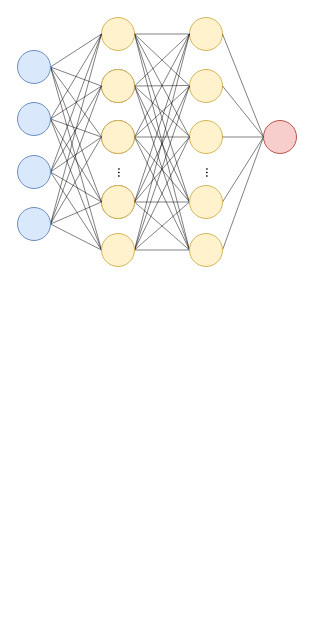
Before: page "teset" (5 of 5) of sometemplates.drawio in Pengyu-Jin/draw.io-projects-file, a draw.io diagram. Source tidied: cells renumbered, new cells numbered last; positions are measured from the earlier drawing's top-left corner, leaving out a move shared by most shapes. Both pictures are drawn from the tidied source at 100%, with x=0, y=0 at pixel (17, 17).
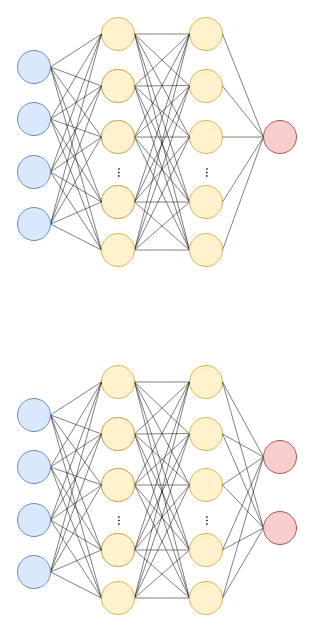
Above is the later version.

The edit, as a diff of the source:
```diff
@@
+    <mxCell id="72" style="ellipse;whiteSpace=wrap;html=1;shadow=0;direction=east;rotation=90;fillColor=#fff2cc;strokeColor=#d6b656;" parent="1" vertex="1">
+      <mxGeometry x="172" y="348" width="33" height="33" as="geometry" />
+    </mxCell>
+    <mxCell id="73" style="ellipse;whiteSpace=wrap;html=1;shadow=0;direction=east;rotation=90;fillColor=#fff2cc;strokeColor=#d6b656;" parent="1" vertex="1">
+      <mxGeometry x="172" y="400" width="33" height="33" as="geometry" />
+    </mxCell>
+    <mxCell id="74" style="ellipse;whiteSpace=wrap;html=1;shadow=0;direction=east;rotation=90;fillColor=#fff2cc;strokeColor=#d6b656;" parent="1" vertex="1">
+      <mxGeometry x="172" y="451" width="33" height="33" as="geometry" />
+    </mxCell>
+    <mxCell id="75" style="rounded=0;jettySize=auto;html=1;exitX=0.5;exitY=0;exitDx=0;exitDy=0;entryX=0.5;entryY=1;entryDx=0;entryDy=0;endArrow=none;endFill=1;strokeWidth=0.5;startFill=0;" parent="1" edge="1" source="78" target="72">
+      <mxGeometry relative="1" as="geometry" />
+    </mxCell>
+    <mxCell id="76" style="edgeStyle=none;rounded=0;jettySize=auto;html=1;exitX=0.5;exitY=0;exitDx=0;exitDy=0;entryX=0.5;entryY=1;entryDx=0;entryDy=0;strokeWidth=0.5;endArrow=none;startFill=0;" parent="1" edge="1" source="78" target="132">
+      <mxGeometry relative="1" as="geometry" />
+    </mxCell>
+    <mxCell id="77" style="edgeStyle=none;rounded=0;jettySize=auto;html=1;exitX=0.5;exitY=0;exitDx=0;exitDy=0;entryX=0.5;entryY=1;entryDx=0;entryDy=0;strokeWidth=0.5;endArrow=none;startFill=0;" parent="1" edge="1" source="78" target="133">
+      <mxGeometry relative="1" as="geometry" />
+    </mxCell>
+    <mxCell id="78" style="ellipse;whiteSpace=wrap;html=1;shadow=0;fillColor=#fff2cc;strokeColor=#d6b656;direction=east;rotation=90;" parent="1" vertex="1">
+      <mxGeometry x="84" y="348" width="33" height="33" as="geometry" />
+    </mxCell>
+    <mxCell id="79" style="ellipse;whiteSpace=wrap;html=1;shadow=0;fillColor=#f5f5f5;fontColor=#333333;strokeColor=#666666;direction=east;rotation=90;" parent="1" vertex="1">
+      <mxGeometry x="84" y="400" width="33" height="33" as="geometry" />
+    </mxCell>
+    <mxCell id="80" style="ellipse;whiteSpace=wrap;html=1;shadow=0;fillColor=#f5f5f5;fontColor=#333333;strokeColor=#666666;direction=east;rotation=90;" parent="1" vertex="1">
+      <mxGeometry x="84" y="451" width="33" height="33" as="geometry" />
+    </mxCell>
+    <mxCell id="81" style="ellipse;whiteSpace=wrap;html=1;shadow=0;fillColor=#f5f5f5;fontColor=#333333;strokeColor=#666666;direction=east;rotation=90;" parent="1" vertex="1">
+      <mxGeometry x="84" y="516" width="33" height="33" as="geometry" />
+    </mxCell>
+    <mxCell id="82" style="rounded=0;jettySize=auto;html=1;exitX=0.5;exitY=0;exitDx=0;exitDy=0;entryX=0.5;entryY=1;entryDx=0;entryDy=0;endArrow=none;endFill=1;strokeWidth=0.5;startFill=0;" parent="1" edge="1" source="78" target="73">
+      <mxGeometry relative="1" as="geometry" />
+    </mxCell>
+    <mxCell id="83" style="rounded=0;jettySize=auto;html=1;entryX=0.5;entryY=1;entryDx=0;entryDy=0;endArrow=none;endFill=1;exitX=0.5;exitY=0;exitDx=0;exitDy=0;strokeWidth=0.5;startFill=0;" parent="1" edge="1" source="78" target="74">
+      <mxGeometry relative="1" as="geometry" />
+    </mxCell>
+    <mxCell id="84" style="rounded=0;jettySize=auto;html=1;exitX=0.5;exitY=0;exitDx=0;exitDy=0;entryX=0.5;entryY=1;entryDx=0;entryDy=0;endArrow=none;endFill=1;strokeWidth=0.5;startFill=0;" parent="1" edge="1" source="87" target="72">
+      <mxGeometry relative="1" as="geometry" />
+    </mxCell>
+    <mxCell id="85" style="edgeStyle=none;rounded=0;jettySize=auto;html=1;exitX=0.5;exitY=0;exitDx=0;exitDy=0;strokeWidth=0.5;endArrow=none;startFill=0;entryX=0.5;entryY=1;entryDx=0;entryDy=0;" parent="1" edge="1" source="87" target="132">
+      <mxGeometry relative="1" as="geometry" />
+    </mxCell>
+    <mxCell id="86" style="edgeStyle=none;rounded=0;jettySize=auto;html=1;exitX=0.5;exitY=0;exitDx=0;exitDy=0;strokeWidth=0.5;endArrow=none;startFill=0;entryX=0.5;entryY=1;entryDx=0;entryDy=0;" parent="1" edge="1" source="87" target="133">
+      <mxGeometry relative="1" as="geometry" />
+    </mxCell>
+    <mxCell id="87" style="ellipse;whiteSpace=wrap;html=1;shadow=0;fillColor=#fff2cc;strokeColor=#d6b656;direction=east;rotation=90;" parent="1" vertex="1">
+      <mxGeometry x="84" y="400" width="33" height="33" as="geometry" />
+    </mxCell>
+    <mxCell id="88" style="rounded=0;jettySize=auto;html=1;exitX=0.5;exitY=0;exitDx=0;exitDy=0;endArrow=none;endFill=1;strokeWidth=0.5;startFill=0;" parent="1" edge="1" source="87">
+      <mxGeometry relative="1" as="geometry">
+        <mxPoint x="171" y="416" as="targetPoint" />
+      </mxGeometry>
+    </mxCell>
+    <mxCell id="89" style="rounded=0;jettySize=auto;html=1;endArrow=none;endFill=1;exitX=0.5;exitY=0;exitDx=0;exitDy=0;strokeWidth=0.5;startFill=0;" parent="1" edge="1" source="87">
+      <mxGeometry relative="1" as="geometry">
+        <mxPoint x="171" y="466" as="targetPoint" />
+      </mxGeometry>
+    </mxCell>
+    <mxCell id="90" style="rounded=0;jettySize=auto;html=1;exitX=0.5;exitY=0;exitDx=0;exitDy=0;endArrow=none;endFill=1;strokeWidth=0.5;startFill=0;entryX=0.5;entryY=1;entryDx=0;entryDy=0;" parent="1" edge="1" source="93" target="72">
+      <mxGeometry relative="1" as="geometry" />
+    </mxCell>
+    <mxCell id="91" style="edgeStyle=none;rounded=0;jettySize=auto;html=1;exitX=0.5;exitY=0;exitDx=0;exitDy=0;entryX=0.5;entryY=1;entryDx=0;entryDy=0;strokeWidth=0.5;endArrow=none;startFill=0;" parent="1" edge="1" source="93" target="132">
+      <mxGeometry relative="1" as="geometry" />
+    </mxCell>
+    <mxCell id="92" style="edgeStyle=none;rounded=0;jettySize=auto;html=1;exitX=0.5;exitY=0;exitDx=0;exitDy=0;strokeWidth=0.5;endArrow=none;startFill=0;entryX=0.5;entryY=1;entryDx=0;entryDy=0;" parent="1" edge="1" source="93" target="133">
+      <mxGeometry relative="1" as="geometry" />
+    </mxCell>
+    <mxCell id="93" style="ellipse;whiteSpace=wrap;html=1;shadow=0;fillColor=#fff2cc;strokeColor=#d6b656;direction=east;rotation=90;" parent="1" vertex="1">
+      <mxGeometry x="84" y="451" width="33" height="33" as="geometry" />
+    </mxCell>
+    <mxCell id="94" style="rounded=0;jettySize=auto;html=1;exitX=0.5;exitY=0;exitDx=0;exitDy=0;entryX=0.5;entryY=1;entryDx=0;entryDy=0;endArrow=none;endFill=1;strokeWidth=0.5;startFill=0;" parent="1" edge="1" source="93" target="73">
+      <mxGeometry relative="1" as="geometry" />
+    </mxCell>
+    <mxCell id="95" style="rounded=0;jettySize=auto;html=1;entryX=0.5;entryY=1;entryDx=0;entryDy=0;endArrow=none;endFill=1;exitX=0.5;exitY=0;exitDx=0;exitDy=0;strokeWidth=0.5;startFill=0;" parent="1" edge="1" source="93" target="74">
+      <mxGeometry relative="1" as="geometry" />
+    </mxCell>
+    <mxCell id="96" style="rounded=0;jettySize=auto;html=1;exitX=0.5;exitY=0;exitDx=0;exitDy=0;entryX=0.5;entryY=1;entryDx=0;entryDy=0;endArrow=none;endFill=1;strokeWidth=0.5;startFill=0;" parent="1" edge="1" source="99" target="72">
+      <mxGeometry relative="1" as="geometry" />
+    </mxCell>
+    <mxCell id="97" style="edgeStyle=none;rounded=0;jettySize=auto;html=1;exitX=0.5;exitY=0;exitDx=0;exitDy=0;entryX=0.5;entryY=1;entryDx=0;entryDy=0;strokeWidth=0.5;endArrow=none;startFill=0;" parent="1" edge="1" source="99" target="132">
+      <mxGeometry relative="1" as="geometry" />
+    </mxCell>
+    <mxCell id="98" style="edgeStyle=none;rounded=0;jettySize=auto;html=1;exitX=0.5;exitY=0;exitDx=0;exitDy=0;entryX=0.5;entryY=1;entryDx=0;entryDy=0;strokeWidth=0.5;endArrow=none;startFill=0;" parent="1" edge="1" source="99" target="133">
+      <mxGeometry relative="1" as="geometry" />
+    </mxCell>
+    <mxCell id="99" style="ellipse;whiteSpace=wrap;html=1;shadow=0;fillColor=#fff2cc;strokeColor=#d6b656;direction=east;rotation=90;" parent="1" vertex="1">
+      <mxGeometry x="84" y="516" width="33" height="33" as="geometry" />
+    </mxCell>
+    <mxCell id="100" style="rounded=0;jettySize=auto;html=1;exitX=0.5;exitY=0;exitDx=0;exitDy=0;entryX=0.5;entryY=1;entryDx=0;entryDy=0;endArrow=none;endFill=1;strokeWidth=0.5;startFill=0;" parent="1" edge="1" source="99" target="73">
+      <mxGeometry relative="1" as="geometry" />
+    </mxCell>
+    <mxCell id="101" style="rounded=0;jettySize=auto;html=1;entryX=0.5;entryY=1;entryDx=0;entryDy=0;endArrow=none;endFill=1;exitX=0.5;exitY=0;exitDx=0;exitDy=0;strokeWidth=0.5;startFill=0;" parent="1" edge="1" source="99" target="74">
+      <mxGeometry relative="1" as="geometry" />
+    </mxCell>
+    <mxCell id="102" style="edgeStyle=none;rounded=0;jettySize=auto;html=1;exitX=0.5;exitY=0;exitDx=0;exitDy=0;entryX=0.5;entryY=1;entryDx=0;entryDy=0;endArrow=none;startFill=0;strokeWidth=0.5;" parent="1" edge="1" source="132" target="118">
+      <mxGeometry relative="1" as="geometry" />
+    </mxCell>
+    <mxCell id="103" style="edgeStyle=none;rounded=0;jettySize=auto;html=1;exitX=0.5;exitY=0;exitDx=0;exitDy=0;entryX=0.5;entryY=1;entryDx=0;entryDy=0;endArrow=none;startFill=0;strokeWidth=0.5;" parent="1" edge="1" source="133" target="118">
+      <mxGeometry relative="1" as="geometry" />
+    </mxCell>
+    <mxCell id="104" style="rounded=0;jettySize=auto;html=1;exitX=0.5;exitY=0;exitDx=0;exitDy=0;entryX=0.5;entryY=1;entryDx=0;entryDy=0;strokeWidth=0.5;endArrow=none;startFill=0;" parent="1" edge="1" source="109" target="93">
+      <mxGeometry relative="1" as="geometry" />
+    </mxCell>
+    <mxCell id="105" style="rounded=0;jettySize=auto;html=1;exitX=0.5;exitY=0;exitDx=0;exitDy=0;entryX=0.5;entryY=1;entryDx=0;entryDy=0;strokeWidth=0.5;endArrow=none;startFill=0;" parent="1" edge="1" source="109" target="87">
+      <mxGeometry relative="1" as="geometry" />
+    </mxCell>
+    <mxCell id="106" style="rounded=0;jettySize=auto;html=1;exitX=0.5;exitY=0;exitDx=0;exitDy=0;entryX=0.5;entryY=1;entryDx=0;entryDy=0;strokeWidth=0.5;endArrow=none;startFill=0;" parent="1" edge="1" source="109" target="78">
+      <mxGeometry relative="1" as="geometry" />
+    </mxCell>
+    <mxCell id="107" style="rounded=0;jettySize=auto;html=1;exitX=0.5;exitY=0;exitDx=0;exitDy=0;entryX=0.5;entryY=1;entryDx=0;entryDy=0;strokeWidth=0.5;endArrow=none;startFill=0;" parent="1" edge="1" source="109" target="99">
+      <mxGeometry relative="1" as="geometry" />
+    </mxCell>
+    <mxCell id="108" style="edgeStyle=none;rounded=0;jettySize=auto;html=1;exitX=0.5;exitY=0;exitDx=0;exitDy=0;entryX=0.5;entryY=1;entryDx=0;entryDy=0;strokeWidth=0.5;endArrow=none;startFill=0;" parent="1" edge="1" source="109" target="131">
+      <mxGeometry relative="1" as="geometry" />
+    </mxCell>
+    <mxCell id="109" style="ellipse;whiteSpace=wrap;html=1;shadow=0;fillColor=#dae8fc;strokeColor=#6c8ebf;rotation=90;" parent="1" vertex="1">
+      <mxGeometry y="381" width="33" height="33" as="geometry" />
+    </mxCell>
+    <mxCell id="110" style="rounded=0;jettySize=auto;html=1;exitX=0.5;exitY=0;exitDx=0;exitDy=0;entryX=0.5;entryY=1;entryDx=0;entryDy=0;strokeWidth=0.5;endArrow=none;startFill=0;" parent="1" edge="1" source="115" target="78">
+      <mxGeometry relative="1" as="geometry" />
+    </mxCell>
+    <mxCell id="111" style="rounded=0;jettySize=auto;html=1;exitX=0.5;exitY=0;exitDx=0;exitDy=0;entryX=0.5;entryY=1;entryDx=0;entryDy=0;strokeWidth=0.5;endArrow=none;startFill=0;" parent="1" edge="1" source="115" target="87">
+      <mxGeometry relative="1" as="geometry" />
+    </mxCell>
+    <mxCell id="112" style="rounded=0;jettySize=auto;html=1;exitX=0.5;exitY=0;exitDx=0;exitDy=0;entryX=0.5;entryY=1;entryDx=0;entryDy=0;strokeWidth=0.5;endArrow=none;startFill=0;" parent="1" edge="1" source="115" target="93">
+      <mxGeometry relative="1" as="geometry" />
+    </mxCell>
+    <mxCell id="113" style="rounded=0;jettySize=auto;html=1;exitX=0.5;exitY=0;exitDx=0;exitDy=0;entryX=0.5;entryY=1;entryDx=0;entryDy=0;strokeWidth=0.5;endArrow=none;startFill=0;" parent="1" edge="1" source="115" target="99">
+      <mxGeometry relative="1" as="geometry" />
+    </mxCell>
+    <mxCell id="114" style="edgeStyle=none;rounded=0;jettySize=auto;html=1;exitX=0.5;exitY=0;exitDx=0;exitDy=0;entryX=0.5;entryY=1;entryDx=0;entryDy=0;strokeWidth=0.5;endArrow=none;startFill=0;" parent="1" edge="1" source="115" target="131">
+      <mxGeometry relative="1" as="geometry" />
+    </mxCell>
+    <mxCell id="115" style="ellipse;whiteSpace=wrap;html=1;shadow=0;fillColor=#dae8fc;strokeColor=#6c8ebf;rotation=90;" parent="1" vertex="1">
+      <mxGeometry y="433" width="33" height="33" as="geometry" />
+    </mxCell>
+    <mxCell id="116" style="edgeStyle=none;rounded=0;jettySize=auto;html=1;exitX=0.5;exitY=1;exitDx=0;exitDy=0;entryX=0.5;entryY=0;entryDx=0;entryDy=0;strokeWidth=0.5;endArrow=none;startFill=0;" parent="1" edge="1" source="118" target="74">
+      <mxGeometry relative="1" as="geometry" />
+    </mxCell>
+    <mxCell id="117" style="edgeStyle=none;rounded=0;jettySize=auto;html=1;exitX=0.5;exitY=1;exitDx=0;exitDy=0;entryX=0.5;entryY=0;entryDx=0;entryDy=0;strokeWidth=0.5;endArrow=none;startFill=0;" parent="1" edge="1" source="118" target="72">
+      <mxGeometry relative="1" as="geometry" />
+    </mxCell>
+    <mxCell id="118" style="ellipse;whiteSpace=wrap;html=1;shadow=0;fillColor=#f8cecc;strokeColor=#b85450;rotation=90;" parent="1" vertex="1">
+      <mxGeometry x="246" y="423" width="33" height="33" as="geometry" />
+    </mxCell>
+    <mxCell id="119" style="edgeStyle=none;rounded=0;jettySize=auto;html=1;exitX=0.5;exitY=0;exitDx=0;exitDy=0;entryX=0.5;entryY=1;entryDx=0;entryDy=0;endArrow=none;startFill=0;strokeWidth=0.5;" parent="1" edge="1" source="73" target="118">
+      <mxGeometry relative="1" as="geometry" />
+    </mxCell>
+    <mxCell id="120" style="edgeStyle=none;rounded=0;jettySize=auto;html=1;exitX=0.5;exitY=0;exitDx=0;exitDy=0;entryX=0.5;entryY=1;entryDx=0;entryDy=0;strokeWidth=0.5;endArrow=none;startFill=0;" parent="1" edge="1" source="125" target="78">
+      <mxGeometry relative="1" as="geometry" />
+    </mxCell>
+    <mxCell id="121" style="edgeStyle=none;rounded=0;jettySize=auto;html=1;exitX=0.5;exitY=0;exitDx=0;exitDy=0;entryX=0.5;entryY=1;entryDx=0;entryDy=0;strokeWidth=0.5;endArrow=none;startFill=0;" parent="1" edge="1" source="125" target="87">
+      <mxGeometry relative="1" as="geometry" />
+    </mxCell>
+    <mxCell id="122" style="edgeStyle=none;rounded=0;jettySize=auto;html=1;exitX=0.5;exitY=0;exitDx=0;exitDy=0;entryX=0.5;entryY=1;entryDx=0;entryDy=0;strokeWidth=0.5;endArrow=none;startFill=0;" parent="1" edge="1" source="125" target="93">
+      <mxGeometry relative="1" as="geometry" />
+    </mxCell>
+    <mxCell id="123" style="edgeStyle=none;rounded=0;jettySize=auto;html=1;exitX=0.5;exitY=0;exitDx=0;exitDy=0;entryX=0.5;entryY=1;entryDx=0;entryDy=0;strokeWidth=0.5;endArrow=none;startFill=0;" parent="1" edge="1" source="125" target="99">
+      <mxGeometry relative="1" as="geometry" />
+    </mxCell>
+    <mxCell id="124" style="edgeStyle=none;rounded=0;jettySize=auto;html=1;exitX=0.5;exitY=0;exitDx=0;exitDy=0;entryX=0.5;entryY=1;entryDx=0;entryDy=0;strokeWidth=0.5;endArrow=none;startFill=0;" parent="1" edge="1" source="125" target="131">
+      <mxGeometry relative="1" as="geometry" />
+    </mxCell>
+    <mxCell id="125" style="ellipse;whiteSpace=wrap;html=1;shadow=0;fillColor=#dae8fc;strokeColor=#6c8ebf;rotation=90;" parent="1" vertex="1">
+      <mxGeometry y="486" width="33" height="33" as="geometry" />
+    </mxCell>
+    <mxCell id="126" style="edgeStyle=none;rounded=0;jettySize=auto;html=1;exitX=0.5;exitY=0;exitDx=0;exitDy=0;entryX=0.5;entryY=1;entryDx=0;entryDy=0;strokeWidth=0.5;endArrow=none;startFill=0;" parent="1" edge="1" source="131" target="72">
+      <mxGeometry relative="1" as="geometry" />
+    </mxCell>
+    <mxCell id="127" style="edgeStyle=none;rounded=0;jettySize=auto;html=1;exitX=0.5;exitY=0;exitDx=0;exitDy=0;entryX=0.5;entryY=1;entryDx=0;entryDy=0;strokeWidth=0.5;endArrow=none;startFill=0;" parent="1" edge="1" source="131" target="73">
+      <mxGeometry relative="1" as="geometry" />
+    </mxCell>
+    <mxCell id="128" style="edgeStyle=none;rounded=0;jettySize=auto;html=1;exitX=0.5;exitY=0;exitDx=0;exitDy=0;entryX=0.5;entryY=1;entryDx=0;entryDy=0;strokeWidth=0.5;endArrow=none;startFill=0;" parent="1" edge="1" source="131" target="74">
+      <mxGeometry relative="1" as="geometry" />
+    </mxCell>
+    <mxCell id="129" style="edgeStyle=none;rounded=0;jettySize=auto;html=1;exitX=0.5;exitY=0;exitDx=0;exitDy=0;entryX=0.5;entryY=1;entryDx=0;entryDy=0;strokeWidth=0.5;endArrow=none;startFill=0;" parent="1" edge="1" source="131" target="132">
+      <mxGeometry relative="1" as="geometry" />
+    </mxCell>
+    <mxCell id="130" style="edgeStyle=none;rounded=0;jettySize=auto;html=1;exitX=0.5;exitY=0;exitDx=0;exitDy=0;entryX=0.5;entryY=1;entryDx=0;entryDy=0;strokeWidth=0.5;endArrow=none;startFill=0;" parent="1" edge="1" source="131" target="133">
+      <mxGeometry relative="1" as="geometry" />
+    </mxCell>
+    <mxCell id="131" style="ellipse;whiteSpace=wrap;html=1;shadow=0;fillColor=#fff2cc;strokeColor=#d6b656;direction=east;rotation=90;" parent="1" vertex="1">
+      <mxGeometry x="84" y="564" width="33" height="33" as="geometry" />
+    </mxCell>
+    <mxCell id="132" style="ellipse;whiteSpace=wrap;html=1;shadow=0;fillColor=#fff2cc;strokeColor=#d6b656;direction=east;rotation=90;" parent="1" vertex="1">
+      <mxGeometry x="172" y="516" width="33" height="33" as="geometry" />
+    </mxCell>
+    <mxCell id="133" style="ellipse;whiteSpace=wrap;html=1;shadow=0;fillColor=#fff2cc;strokeColor=#d6b656;direction=east;rotation=90;" parent="1" vertex="1">
+      <mxGeometry x="172" y="564" width="33" height="33" as="geometry" />
+    </mxCell>
+    <mxCell id="134" style="edgeStyle=none;rounded=0;jettySize=auto;html=1;exitX=0.5;exitY=0;exitDx=0;exitDy=0;entryX=0.5;entryY=1;entryDx=0;entryDy=0;strokeWidth=0.5;endArrow=none;startFill=0;" parent="1" edge="1" source="139" target="131">
+      <mxGeometry relative="1" as="geometry" />
+    </mxCell>
+    <mxCell id="135" style="edgeStyle=none;rounded=0;jettySize=auto;html=1;exitX=0.5;exitY=0;exitDx=0;exitDy=0;entryX=0.5;entryY=1;entryDx=0;entryDy=0;strokeWidth=0.5;endArrow=none;startFill=0;" parent="1" edge="1" source="139" target="99">
+      <mxGeometry relative="1" as="geometry" />
+    </mxCell>
+    <mxCell id="136" style="edgeStyle=none;rounded=0;jettySize=auto;html=1;exitX=0.5;exitY=0;exitDx=0;exitDy=0;entryX=0.5;entryY=1;entryDx=0;entryDy=0;strokeWidth=0.5;endArrow=none;startFill=0;" parent="1" edge="1" source="139" target="93">
+      <mxGeometry relative="1" as="geometry" />
+    </mxCell>
+    <mxCell id="137" style="edgeStyle=none;rounded=0;jettySize=auto;html=1;exitX=0.5;exitY=0;exitDx=0;exitDy=0;entryX=0.5;entryY=1;entryDx=0;entryDy=0;strokeWidth=0.5;endArrow=none;startFill=0;" parent="1" edge="1" source="139" target="87">
+      <mxGeometry relative="1" as="geometry" />
+    </mxCell>
+    <mxCell id="138" style="edgeStyle=none;rounded=0;jettySize=auto;html=1;exitX=0.5;exitY=0;exitDx=0;exitDy=0;entryX=0.5;entryY=1;entryDx=0;entryDy=0;strokeWidth=0.5;endArrow=none;startFill=0;" parent="1" edge="1" source="139" target="78">
+      <mxGeometry relative="1" as="geometry" />
+    </mxCell>
+    <mxCell id="139" style="ellipse;whiteSpace=wrap;html=1;shadow=0;fillColor=#dae8fc;strokeColor=#6c8ebf;rotation=90;" parent="1" vertex="1">
+      <mxGeometry y="538" width="33" height="33" as="geometry" />
+    </mxCell>
+    <mxCell id="140" value="&lt;h3&gt;&lt;font style=&quot;font-weight: normal;&quot; face=&quot;Times New Roman&quot;&gt;...&lt;/font&gt;&lt;/h3&gt;" style="text;html=1;align=center;verticalAlign=middle;strokeColor=none;fillColor=none;rotation=90;" parent="1" vertex="1">
+      <mxGeometry x="91" y="473" width="30" height="60" as="geometry" />
+    </mxCell>
+    <mxCell id="141" value="&lt;h3&gt;&lt;font style=&quot;font-weight: normal;&quot; face=&quot;Times New Roman&quot;&gt;...&lt;/font&gt;&lt;/h3&gt;" style="text;html=1;align=center;verticalAlign=middle;strokeColor=none;fillColor=none;rotation=90;" parent="1" vertex="1">
+      <mxGeometry x="179" y="473" width="30" height="60" as="geometry" />
+    </mxCell>
+    <mxCell id="142" style="edgeStyle=none;rounded=0;jettySize=auto;html=1;exitX=0.5;exitY=1;exitDx=0;exitDy=0;entryX=0.5;entryY=0;entryDx=0;entryDy=0;strokeWidth=0.5;endArrow=none;startFill=0;" parent="1" edge="1" source="147" target="133">
+      <mxGeometry relative="1" as="geometry" />
+    </mxCell>
+    <mxCell id="143" style="edgeStyle=none;rounded=0;jettySize=auto;html=1;exitX=0.5;exitY=1;exitDx=0;exitDy=0;entryX=0.5;entryY=0;entryDx=0;entryDy=0;strokeWidth=0.5;endArrow=none;startFill=0;" parent="1" edge="1" source="147" target="132">
+      <mxGeometry relative="1" as="geometry" />
+    </mxCell>
+    <mxCell id="144" style="edgeStyle=none;rounded=0;jettySize=auto;html=1;exitX=0.5;exitY=1;exitDx=0;exitDy=0;entryX=0.5;entryY=0;entryDx=0;entryDy=0;strokeWidth=0.5;endArrow=none;startFill=0;" parent="1" edge="1" source="147" target="74">
+      <mxGeometry relative="1" as="geometry" />
+    </mxCell>
+    <mxCell id="145" style="edgeStyle=none;rounded=0;jettySize=auto;html=1;exitX=0.5;exitY=1;exitDx=0;exitDy=0;entryX=0.5;entryY=0;entryDx=0;entryDy=0;strokeWidth=0.5;endArrow=none;startFill=0;" parent="1" edge="1" source="147" target="73">
+      <mxGeometry relative="1" as="geometry" />
+    </mxCell>
+    <mxCell id="146" style="edgeStyle=none;rounded=0;jettySize=auto;html=1;exitX=0.5;exitY=1;exitDx=0;exitDy=0;entryX=0.5;entryY=0;entryDx=0;entryDy=0;strokeWidth=0.5;endArrow=none;startFill=0;" parent="1" edge="1" source="147" target="72">
+      <mxGeometry relative="1" as="geometry" />
+    </mxCell>
+    <mxCell id="147" style="ellipse;whiteSpace=wrap;html=1;shadow=0;fillColor=#f8cecc;strokeColor=#b85450;rotation=90;" parent="1" vertex="1">
+      <mxGeometry x="246" y="494" width="33" height="33" as="geometry" />
+    </mxCell>
```
